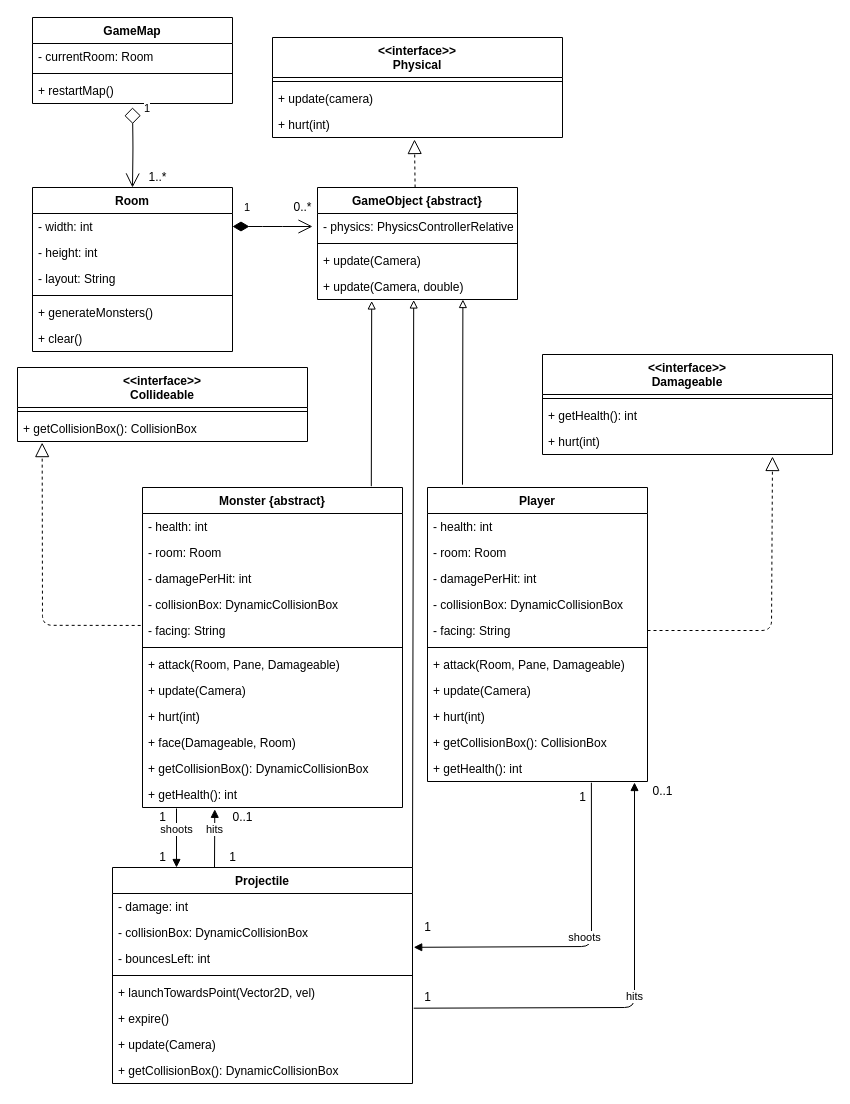
This is Diagrams/M5 DCD/dcd.drawio from Lisa-Shi/Dungeon_Crawler, a draw.io file, before an edit. Source tidied: cells renumbered, new cells numbered last; positions are measured from the earlier drawing's top-left corner, leaving out a move shared by most shapes. Both pictures are drawn from the tidied source at 100%, with x=0, y=0 at pixel (17, 17).
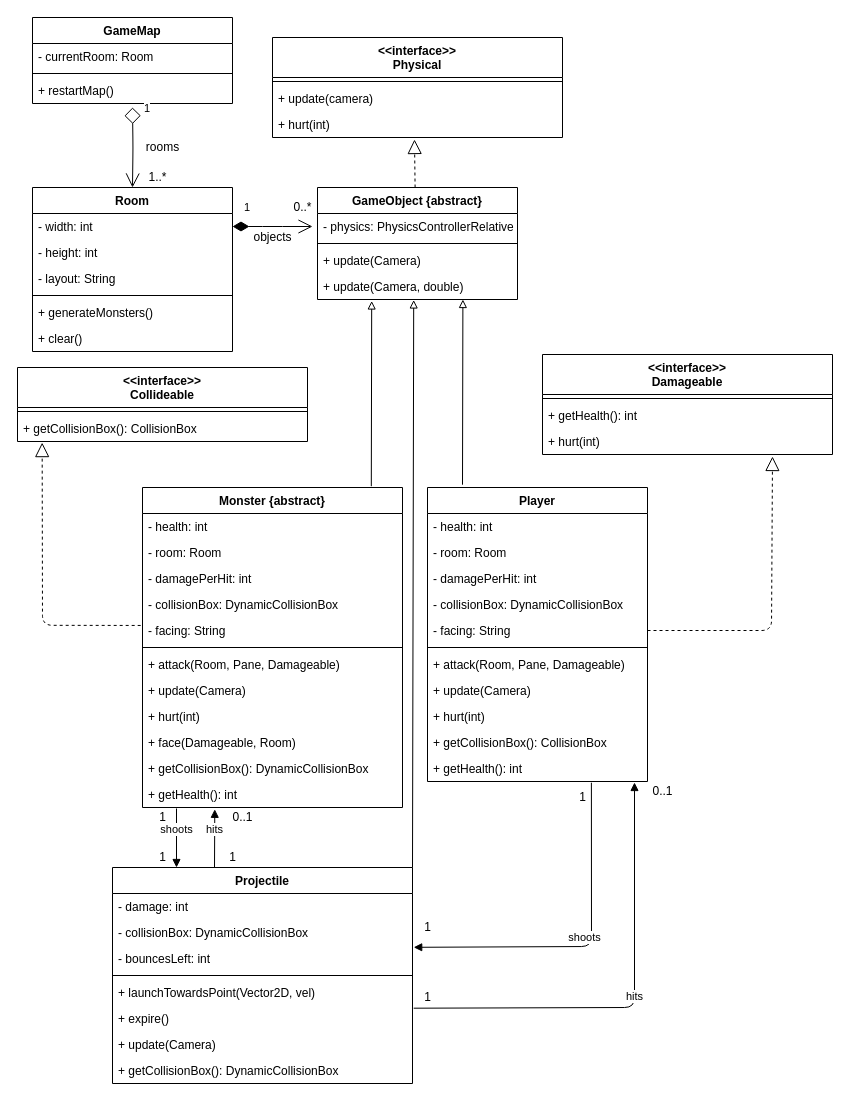
The same page after the edit.

What changed in the source:
```diff
@@
+    <mxCell id="85" value="rooms" style="text;html=1;align=center;verticalAlign=middle;strokeColor=none;" parent="1" vertex="1">
+      <mxGeometry x="120" y="120" width="50" height="20" as="geometry" />
+    </mxCell>
+    <mxCell id="86" value="objects" style="text;html=1;align=center;verticalAlign=middle;strokeColor=none;" parent="1" vertex="1">
+      <mxGeometry x="230" y="210" width="50" height="20" as="geometry" />
+    </mxCell>
```
